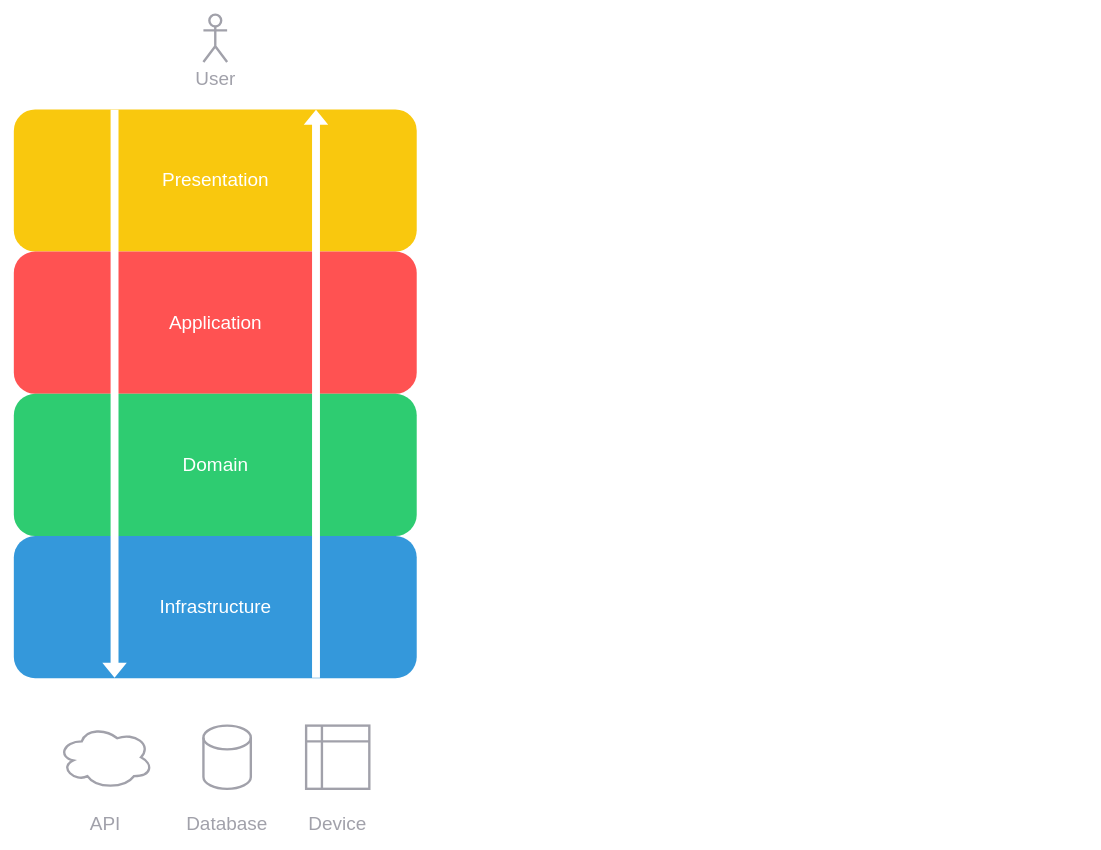
Before: docs/assets/docs.drawio in jtdLab/rapid, a draw.io diagram. Source tidied: cells renumbered, new cells numbered last; positions are measured from the earlier drawing's top-left corner, leaving out a move shared by most shapes. Both pictures are drawn from the tidied source at 79%, with x=0, y=0 at pixel (13, 14).
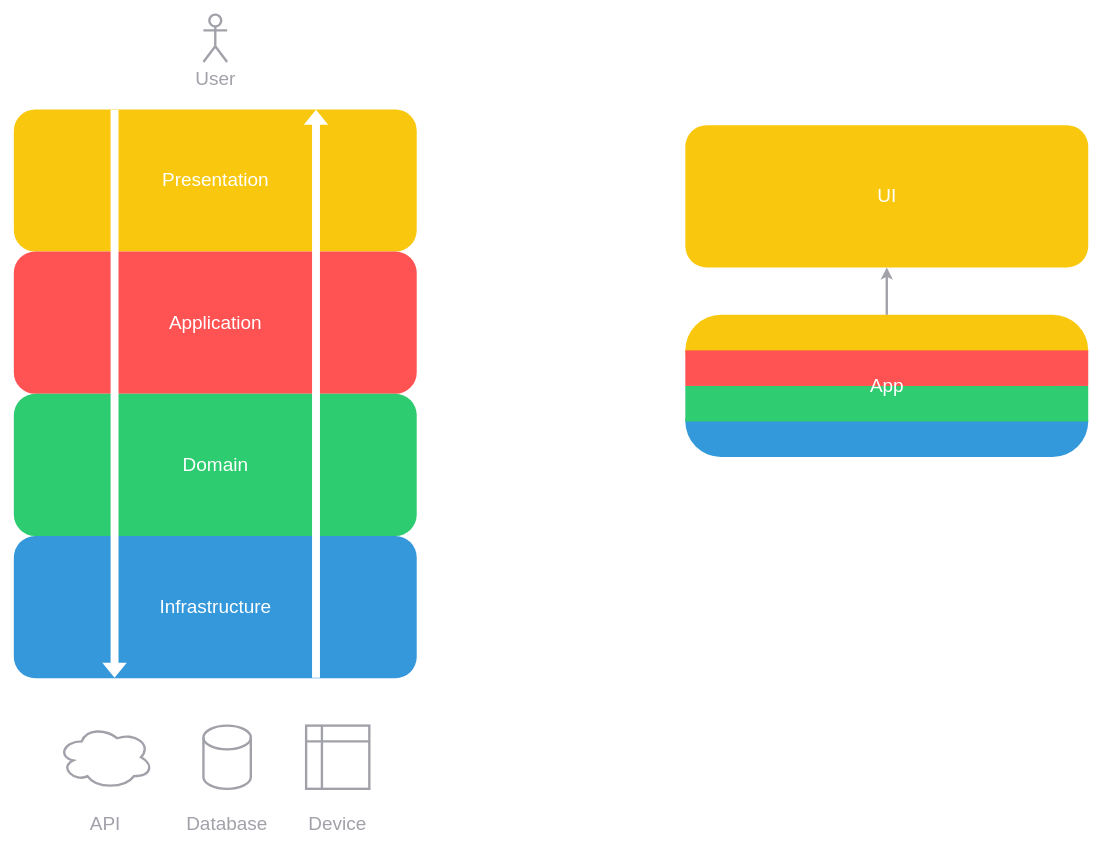
Above is the later version.

Change to the diagram source:
```diff
@@
+    <mxCell id="21" style="group;" parent="1" vertex="1">
+      <mxGeometry x="850" y="140" width="510" height="420" as="geometry" />
+    </mxCell>
+    <mxCell id="22" style="group;" parent="21" vertex="1">
+      <mxGeometry width="510" height="180" as="geometry" />
+    </mxCell>
+    <mxCell id="23" style="rounded=1;whiteSpace=wrap;html=1;fillColor=#F9C80E;strokeColor=none;" parent="22" vertex="1">
+      <mxGeometry width="510" height="180" as="geometry" />
+    </mxCell>
+    <mxCell id="24" value="&lt;font color=&quot;#ffffff&quot; style=&quot;font-size: 24px;&quot;&gt;UI&lt;/font&gt;" style="text;html=1;strokeColor=none;fillColor=none;align=center;verticalAlign=middle;whiteSpace=wrap;rounded=0;" parent="22" vertex="1">
+      <mxGeometry x="172.5" y="75" width="165" height="30" as="geometry" />
+    </mxCell>
+    <mxCell id="25" style="group;rounded=1;" parent="21" vertex="1">
+      <mxGeometry y="240" width="510" height="180" as="geometry" />
+    </mxCell>
+    <mxCell id="26" style="rounded=1;whiteSpace=wrap;html=1;fillColor=#3499db;strokeColor=none;arcSize=50;" parent="25" vertex="1">
+      <mxGeometry y="90" width="510" height="90" as="geometry" />
+    </mxCell>
+    <mxCell id="27" style="rounded=1;whiteSpace=wrap;html=1;fillColor=#F9C80E;strokeColor=none;arcSize=50;" parent="25" vertex="1">
+      <mxGeometry width="510" height="90" as="geometry" />
+    </mxCell>
+    <mxCell id="28" style="rounded=0;whiteSpace=wrap;html=1;fillColor=#2fcc71;strokeColor=none;" parent="25" vertex="1">
+      <mxGeometry y="90" width="510" height="45" as="geometry" />
+    </mxCell>
+    <mxCell id="29" style="rounded=0;whiteSpace=wrap;html=1;fillColor=#FF5252;strokeColor=none;" parent="25" vertex="1">
+      <mxGeometry y="45" width="510" height="45" as="geometry" />
+    </mxCell>
+    <mxCell id="30" value="&lt;font color=&quot;#ffffff&quot; style=&quot;font-size: 24px;&quot;&gt;App&lt;/font&gt;" style="text;html=1;strokeColor=none;fillColor=none;align=center;verticalAlign=middle;whiteSpace=wrap;rounded=0;" parent="25" vertex="1">
+      <mxGeometry x="172.5" y="75" width="165" height="30" as="geometry" />
+    </mxCell>
+    <mxCell id="31" style="edgeStyle=orthogonalEdgeStyle;rounded=0;jettySize=auto;html=1;exitX=0.5;exitY=0;exitDx=0;exitDy=0;entryX=0.5;entryY=1;entryDx=0;entryDy=0;strokeWidth=3;strokeColor=#A1A1AA;" parent="21" edge="1" source="27" target="23">
+      <mxGeometry relative="1" as="geometry" />
+    </mxCell>
```
